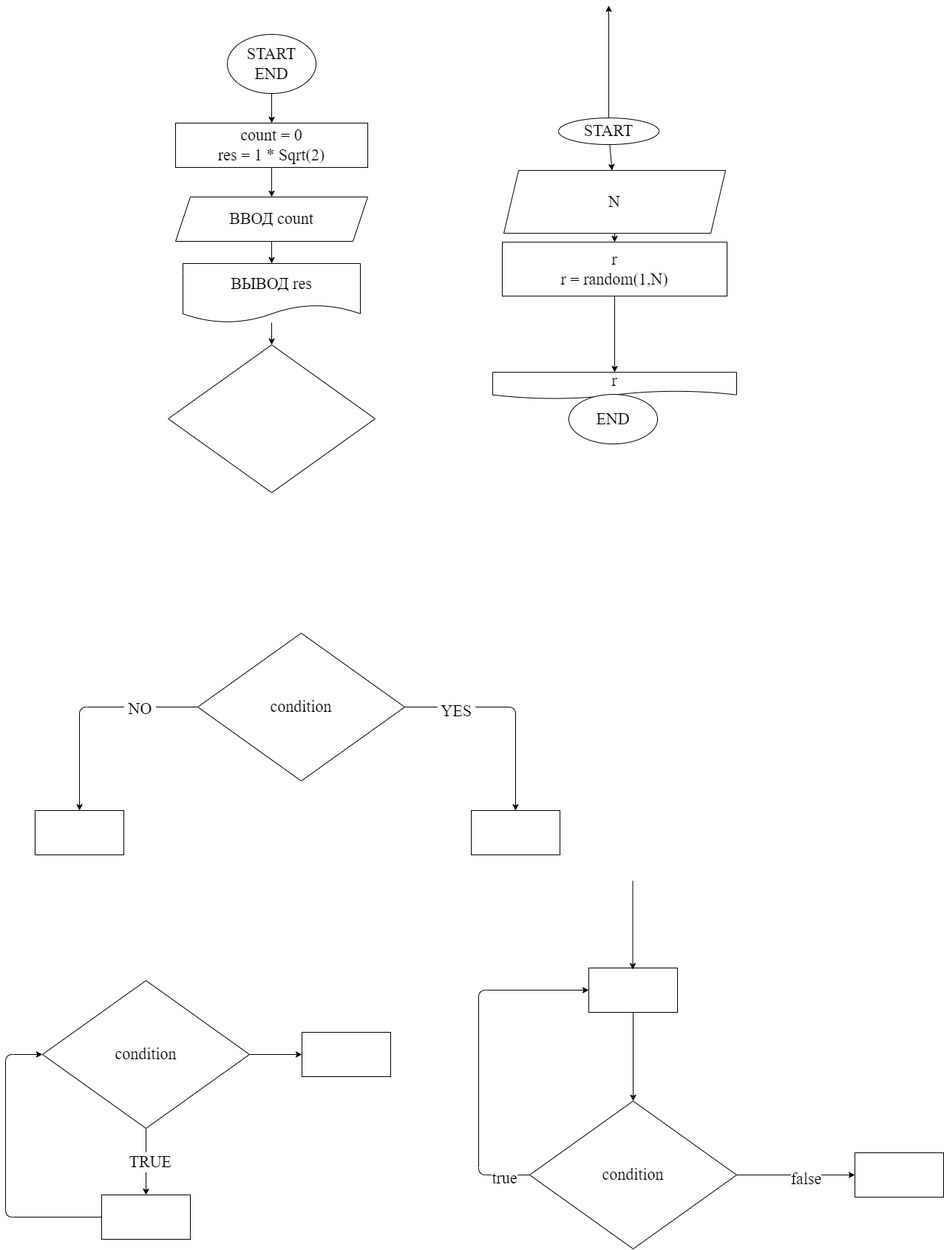
The draw.io diagram ex000.drawio.png in iksergey/practice_temp, before a commit. Source tidied: cells renumbered, new cells last; positions are measured from the earlier drawing's top-left corner, leaving out a move shared by most shapes.
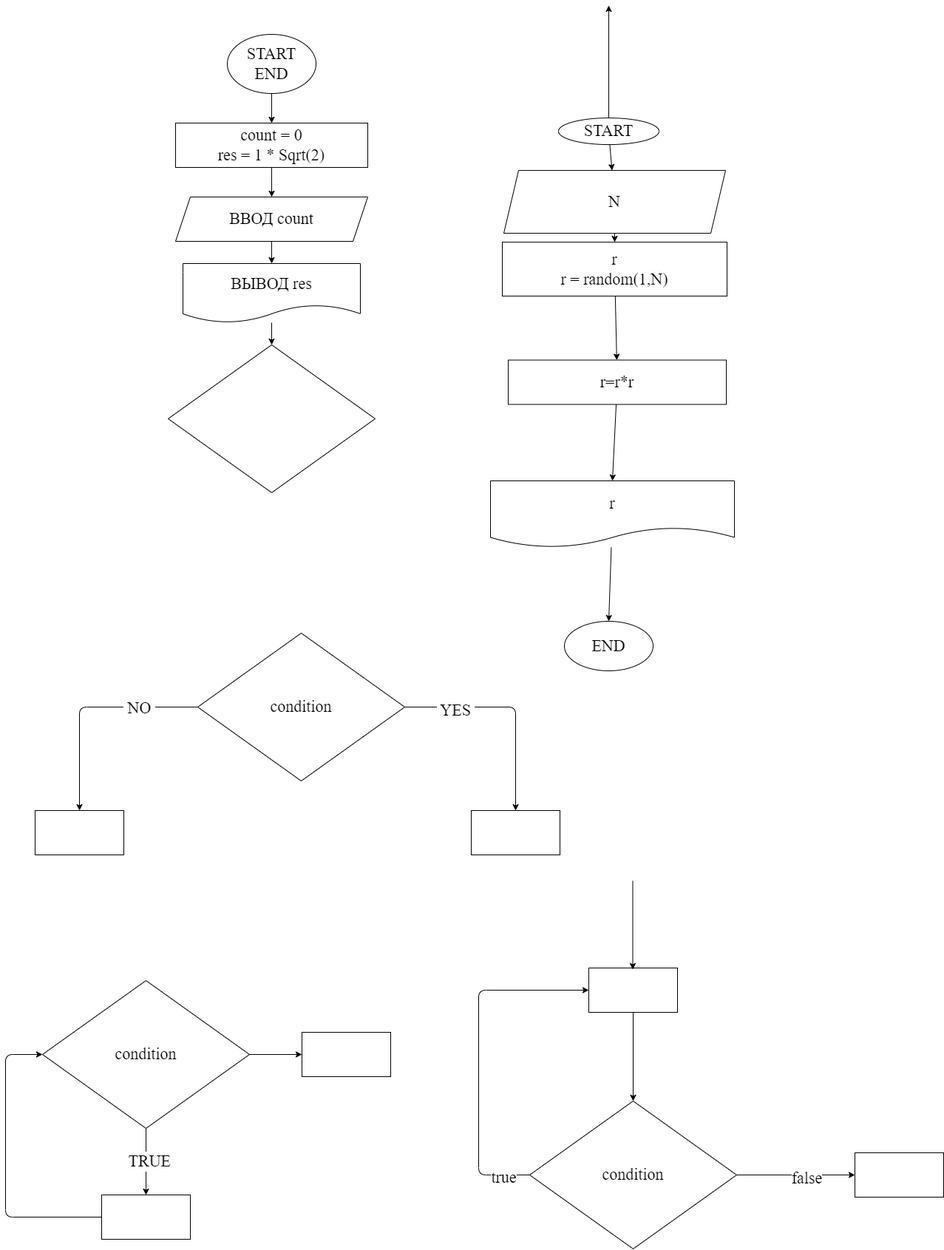
The same diagram one commit later.

Commit message:
квадрат числа

What changed in the source:
```diff
@@ -136,20 +136,26 @@
     <mxCell id="38" value="N" style="shape=parallelogram;perimeter=parallelogramPerimeter;whiteSpace=wrap;html=1;fixedSize=1;fontSize=22;fontFamily=Fira Code;" parent="1" vertex="1">
       <mxGeometry x="674" y="223.1" width="300" height="85" as="geometry" />
     </mxCell>
-    <mxCell id="39" style="edgeStyle=none;html=1;fontFamily=Fira Code;fontSize=22;" parent="1" edge="1" source="40" target="42">
-      <mxGeometry relative="1" as="geometry" />
-    </mxCell>
+    <mxCell id="44" style="edgeStyle=none;html=1;" parent="1" edge="1" source="40" target="46">
+      <mxGeometry relative="1" as="geometry" />
+    </mxCell>
     <mxCell id="40" value="r&lt;br&gt;r = random(1,N)" style="whiteSpace=wrap;html=1;fontSize=22;fontFamily=Fira Code;" parent="1" vertex="1">
       <mxGeometry x="672" y="320.1" width="304" height="73" as="geometry" />
     </mxCell>
-    <mxCell id="41" style="edgeStyle=none;html=1;fontFamily=Fira Code;fontSize=22;" parent="1" edge="1" source="42" target="43">
+    <mxCell id="41" style="edgeStyle=none;html=1;entryX=0.5;entryY=0;entryDx=0;entryDy=0;" parent="1" edge="1" source="42" target="43">
       <mxGeometry relative="1" as="geometry" />
     </mxCell>
     <mxCell id="42" value="r" style="shape=document;whiteSpace=wrap;html=1;boundedLbl=1;fontSize=22;fontFamily=Fira Code;" parent="1" vertex="1">
-      <mxGeometry x="659" y="496.1" width="330" height="36" as="geometry" />
+      <mxGeometry x="656" y="643" width="330" height="90" as="geometry" />
     </mxCell>
     <mxCell id="43" value="END" style="ellipse;whiteSpace=wrap;html=1;fontSize=22;fontFamily=Fira Code;" parent="1" vertex="1">
-      <mxGeometry x="762" y="526.1" width="120" height="67" as="geometry" />
+      <mxGeometry x="756" y="833" width="120" height="67" as="geometry" />
     </mxCell>
+    <mxCell id="45" style="edgeStyle=none;html=1;entryX=0.5;entryY=0;entryDx=0;entryDy=0;" parent="1" edge="1" source="46" target="42">
+      <mxGeometry relative="1" as="geometry" />
+    </mxCell>
+    <mxCell id="46" value="r=r*r" style="whiteSpace=wrap;html=1;fontSize=22;fontFamily=Fira Code;" parent="1" vertex="1">
+      <mxGeometry x="680" y="479.6" width="295" height="60" as="geometry" />
+    </mxCell>
   </root>
 </mxGraphModel>
```
